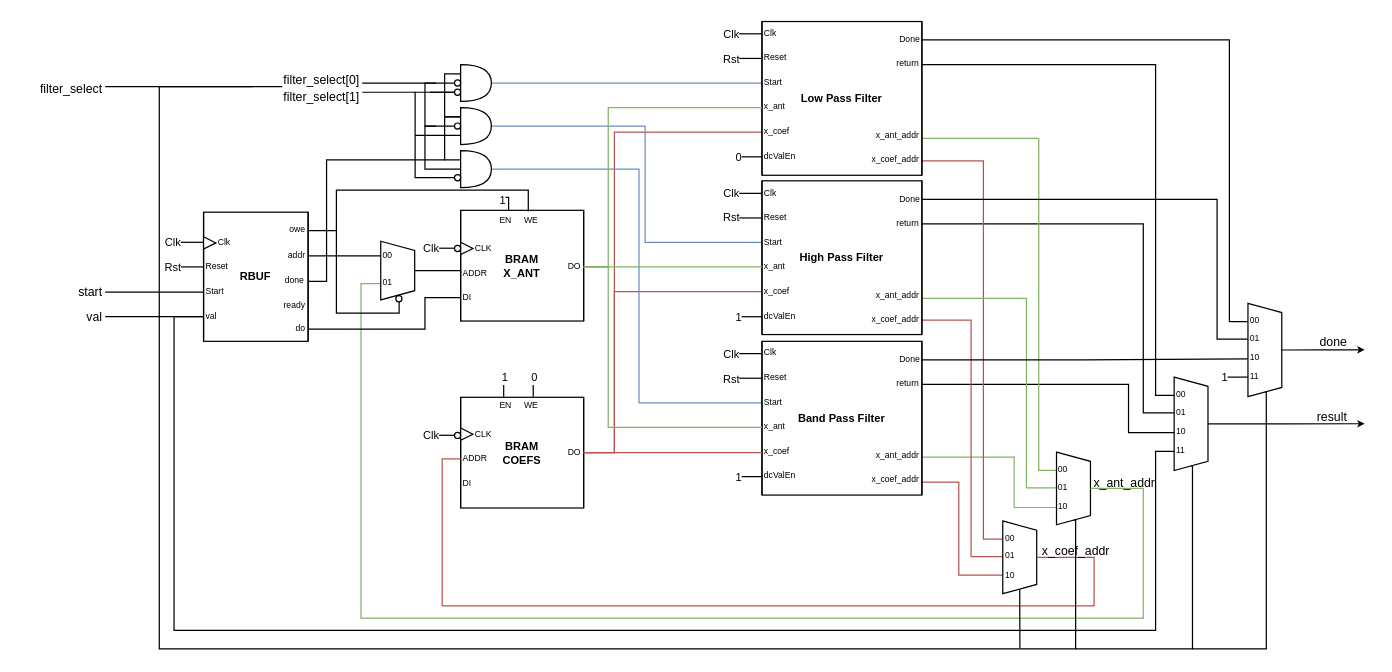
ESRGgroup9/oscilloscope_fpga keeps this draw.io diagram as page "Filters_IP" (5 of 9) of design/BlockDiagram.drawio. Above is the earlier version. Source tidied: cells renumbered, new cells numbered last; positions are measured from the earlier drawing's top-left corner, leaving out a move shared by most shapes. Both pictures are drawn from the tidied source at 123%, with x=0, y=0 at pixel (31, 21).
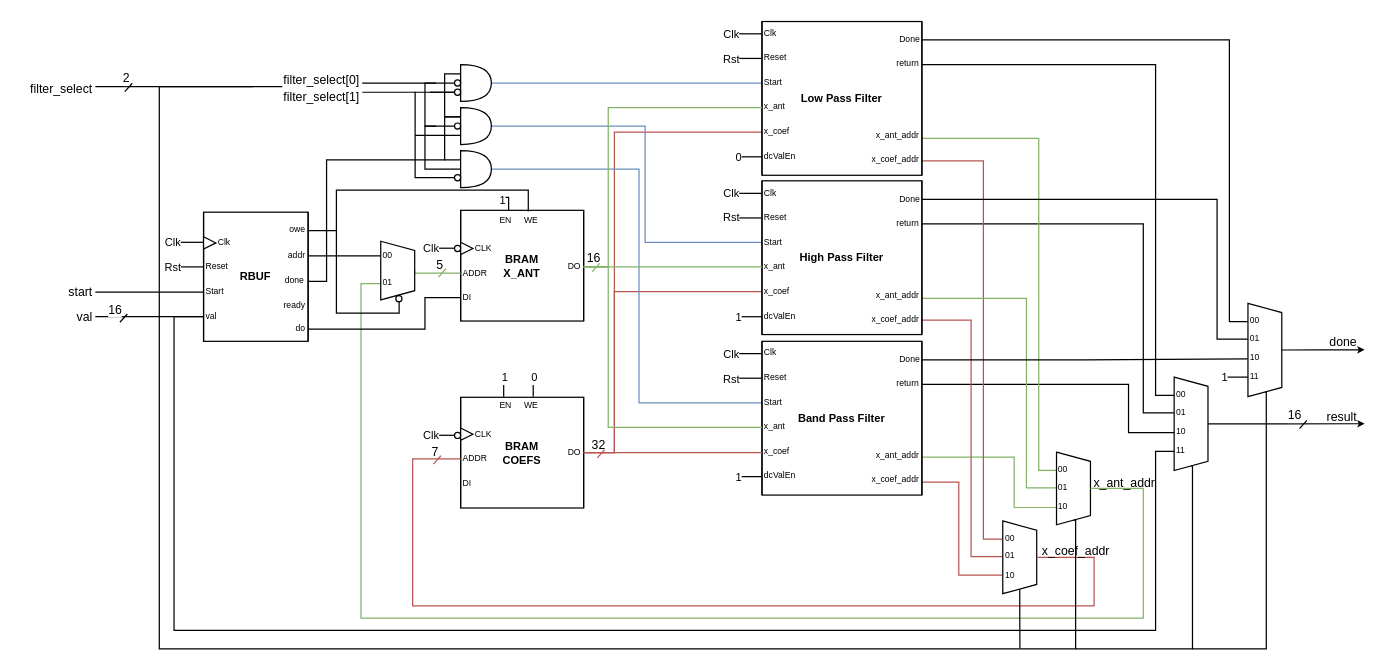
Above is the later version.

Unchanged cells that the change refers to:
```xml
<mxCell id="5" value="ADDR" style="text;html=1;align=left;verticalAlign=middle;whiteSpace=wrap;rounded=0;fontSize=7;" parent="2" vertex="1">
  <mxGeometry y="40.5" width="20" height="20" as="geometry" />
</mxCell>
<mxCell id="14" value="ADDR" style="text;html=1;align=left;verticalAlign=middle;whiteSpace=wrap;rounded=0;fontSize=7;" parent="11" vertex="1">
  <mxGeometry y="40.5" width="20" height="20" as="geometry" />
</mxCell>
<mxCell id="36" style="shape=trapezoid;perimeter=trapezoidPerimeter;whiteSpace=wrap;html=1;fixedSize=1;verticalAlign=middle;fontSize=9;fontStyle=1;rotation=90;size=7.5;" parent="35" vertex="1">
  <mxGeometry x="-15.7" y="15.8" width="59.1" height="27.6" as="geometry" />
</mxCell>
<mxCell id="196" style="shape=trapezoid;perimeter=trapezoidPerimeter;whiteSpace=wrap;html=1;fixedSize=1;verticalAlign=middle;fontSize=9;fontStyle=1;rotation=90;size=7.5;" parent="192" vertex="1">
  <mxGeometry x="-10" y="11.7" width="47.7" height="27.6" as="geometry" />
</mxCell>
```

What changed in the source:
```diff
@@
     <mxCell id="45" style="edgeStyle=orthogonalEdgeStyle;rounded=0;jettySize=auto;html=1;exitX=0.5;exitY=0;exitDx=0;exitDy=0;entryX=0;entryY=0.5;entryDx=0;entryDy=0;endSize=3;fillColor=#f8cecc;strokeColor=#b85450;endArrow=none;endFill=0;" parent="1" edge="1" source="36" target="14">
       <mxGeometry relative="1" as="geometry">
         <Array as="points">
           <mxPoint x="864" y="436" />
           <mxPoint x="864" y="475" />
-          <mxPoint x="334" y="475" />
-          <mxPoint x="334" y="356" />
+          <mxPoint x="310" y="475" />
+          <mxPoint x="310" y="356" />
         </Array>
       </mxGeometry>
     </mxCell>
@@
     <mxCell id="122" value="result" style="text;html=1;align=right;verticalAlign=middle;whiteSpace=wrap;rounded=0;fontSize=10;" parent="1" vertex="1">
-      <mxGeometry x="1052" y="311" width="20" height="20" as="geometry" />
+      <mxGeometry x="1060" y="311" width="20" height="20" as="geometry" />
     </mxCell>
     <mxCell id="123" value="done" style="text;html=1;align=right;verticalAlign=middle;whiteSpace=wrap;rounded=0;fontSize=10;" parent="1" vertex="1">
-      <mxGeometry x="1052" y="250" width="20" height="20" as="geometry" />
+      <mxGeometry x="1060" y="250" width="20" height="20" as="geometry" />
     </mxCell>
@@
-    <mxCell id="156" style="edgeStyle=orthogonalEdgeStyle;rounded=0;jettySize=auto;html=1;exitX=0.5;exitY=0;exitDx=0;exitDy=0;entryX=0;entryY=0.5;entryDx=0;entryDy=0;fontSize=10;endArrow=none;endFill=0;endSize=3;" parent="1" edge="1" source="196" target="5">
-      <mxGeometry relative="1" as="geometry" />
+    <mxCell id="156" style="edgeStyle=orthogonalEdgeStyle;rounded=0;jettySize=auto;html=1;exitX=0.5;exitY=0;exitDx=0;exitDy=0;entryX=0;entryY=0.5;entryDx=0;entryDy=0;fontSize=10;endArrow=none;endFill=0;endSize=3;fillColor=#d5e8d4;strokeColor=#82b366;" parent="1" edge="1" source="196" target="5">
+      <mxGeometry relative="1" as="geometry">
+        <Array as="points">
+          <mxPoint x="312" y="205" />
+        </Array>
+      </mxGeometry>
     </mxCell>
@@
     <mxCell id="160" value="&lt;div&gt;filter_select&lt;/div&gt;" style="text;html=1;align=right;verticalAlign=middle;whiteSpace=wrap;rounded=0;fontSize=10;" parent="1" vertex="1">
-      <mxGeometry y="45" width="60" height="20" as="geometry" />
+      <mxGeometry x="-8" y="45" width="60" height="20" as="geometry" />
     </mxCell>
@@
     <mxCell id="162" value="val" style="text;html=1;align=right;verticalAlign=middle;whiteSpace=wrap;rounded=0;fontSize=10;" parent="1" vertex="1">
-      <mxGeometry y="230" width="60" height="20" as="geometry" />
+      <mxGeometry x="-8" y="230" width="60" height="20" as="geometry" />
     </mxCell>
@@
     <mxCell id="164" value="start" style="text;html=1;align=right;verticalAlign=middle;whiteSpace=wrap;rounded=0;fontSize=10;" parent="1" vertex="1">
-      <mxGeometry y="210" width="60" height="20" as="geometry" />
+      <mxGeometry x="-8" y="210" width="60" height="20" as="geometry" />
     </mxCell>
@@
+    <mxCell id="199" style="endArrow=none;html=1;rounded=0;fontSize=10;endSize=3;" parent="1" edge="1">
+      <mxGeometry relative="1" as="geometry">
+        <mxPoint x="76" y="57" as="sourcePoint" />
+        <mxPoint x="82" y="50.2" as="targetPoint" />
+      </mxGeometry>
+    </mxCell>
+    <mxCell id="200" value="2" style="edgeLabel;html=1;align=center;verticalAlign=middle;fontSize=10;" parent="199" vertex="1">
+      <mxGeometry x="0.66" relative="1" as="geometry">
+        <mxPoint x="-5" y="-6" as="offset" />
+      </mxGeometry>
+    </mxCell>
+    <mxCell id="201" style="endArrow=none;html=1;rounded=0;fontSize=10;endSize=3;" parent="1" edge="1">
+      <mxGeometry relative="1" as="geometry">
+        <mxPoint x="72" y="244.5" as="sourcePoint" />
+        <mxPoint x="78" y="237.8" as="targetPoint" />
+      </mxGeometry>
+    </mxCell>
+    <mxCell id="202" value="16" style="edgeLabel;html=1;align=center;verticalAlign=middle;fontSize=10;" parent="201" vertex="1">
+      <mxGeometry x="0.66" relative="1" as="geometry">
+        <mxPoint x="-9" y="-6" as="offset" />
+      </mxGeometry>
+    </mxCell>
+    <mxCell id="203" style="endArrow=none;html=1;rounded=0;fontSize=10;endSize=3;" parent="1" edge="1">
+      <mxGeometry relative="1" as="geometry">
+        <mxPoint x="1031" y="331" as="sourcePoint" />
+        <mxPoint x="1037" y="324.3" as="targetPoint" />
+      </mxGeometry>
+    </mxCell>
+    <mxCell id="204" value="16" style="edgeLabel;html=1;align=center;verticalAlign=middle;fontSize=10;" parent="203" vertex="1">
+      <mxGeometry x="0.66" relative="1" as="geometry">
+        <mxPoint x="-9" y="-6" as="offset" />
+      </mxGeometry>
+    </mxCell>
+    <mxCell id="205" style="endArrow=none;html=1;rounded=0;fontSize=10;endSize=3;fillColor=#f8cecc;strokeColor=#b85450;" parent="1" edge="1">
+      <mxGeometry relative="1" as="geometry">
+        <mxPoint x="327" y="359.8" as="sourcePoint" />
+        <mxPoint x="333" y="353" as="targetPoint" />
+      </mxGeometry>
+    </mxCell>
+    <mxCell id="206" value="7" style="edgeLabel;html=1;align=center;verticalAlign=middle;fontSize=10;labelBackgroundColor=none;" parent="205" vertex="1">
+      <mxGeometry x="0.66" relative="1" as="geometry">
+        <mxPoint x="-5" y="-4" as="offset" />
+      </mxGeometry>
+    </mxCell>
+    <mxCell id="207" style="endArrow=none;html=1;rounded=0;fontSize=10;endSize=3;fillColor=#d5e8d4;strokeColor=#82b366;" parent="1" edge="1">
+      <mxGeometry relative="1" as="geometry">
+        <mxPoint x="331" y="207.8" as="sourcePoint" />
+        <mxPoint x="337" y="201" as="targetPoint" />
+      </mxGeometry>
+    </mxCell>
+    <mxCell id="208" value="5" style="edgeLabel;html=1;align=center;verticalAlign=middle;fontSize=10;labelBackgroundColor=none;" parent="207" vertex="1">
+      <mxGeometry x="0.66" relative="1" as="geometry">
+        <mxPoint x="-5" y="-4" as="offset" />
+      </mxGeometry>
+    </mxCell>
+    <mxCell id="209" style="endArrow=none;html=1;rounded=0;fontSize=10;endSize=3;fillColor=#f8cecc;strokeColor=#b85450;" parent="1" edge="1">
+      <mxGeometry relative="1" as="geometry">
+        <mxPoint x="460.1" y="354.8" as="sourcePoint" />
+        <mxPoint x="466.1" y="348" as="targetPoint" />
+      </mxGeometry>
+    </mxCell>
+    <mxCell id="210" value="32" style="edgeLabel;html=1;align=center;verticalAlign=middle;fontSize=10;labelBackgroundColor=none;" parent="209" vertex="1">
+      <mxGeometry x="0.66" relative="1" as="geometry">
+        <mxPoint x="-5" y="-5" as="offset" />
+      </mxGeometry>
+    </mxCell>
+    <mxCell id="211" style="endArrow=none;html=1;rounded=0;fontSize=10;endSize=3;fillColor=#d5e8d4;strokeColor=#82b366;" parent="1" edge="1">
+      <mxGeometry relative="1" as="geometry">
+        <mxPoint x="456" y="203.4" as="sourcePoint" />
+        <mxPoint x="462" y="196.6" as="targetPoint" />
+      </mxGeometry>
+    </mxCell>
+    <mxCell id="212" value="16" style="edgeLabel;html=1;align=center;verticalAlign=middle;fontSize=10;labelBackgroundColor=none;" parent="211" vertex="1">
+      <mxGeometry x="0.66" relative="1" as="geometry">
+        <mxPoint x="-5" y="-6" as="offset" />
+      </mxGeometry>
+    </mxCell>
```
